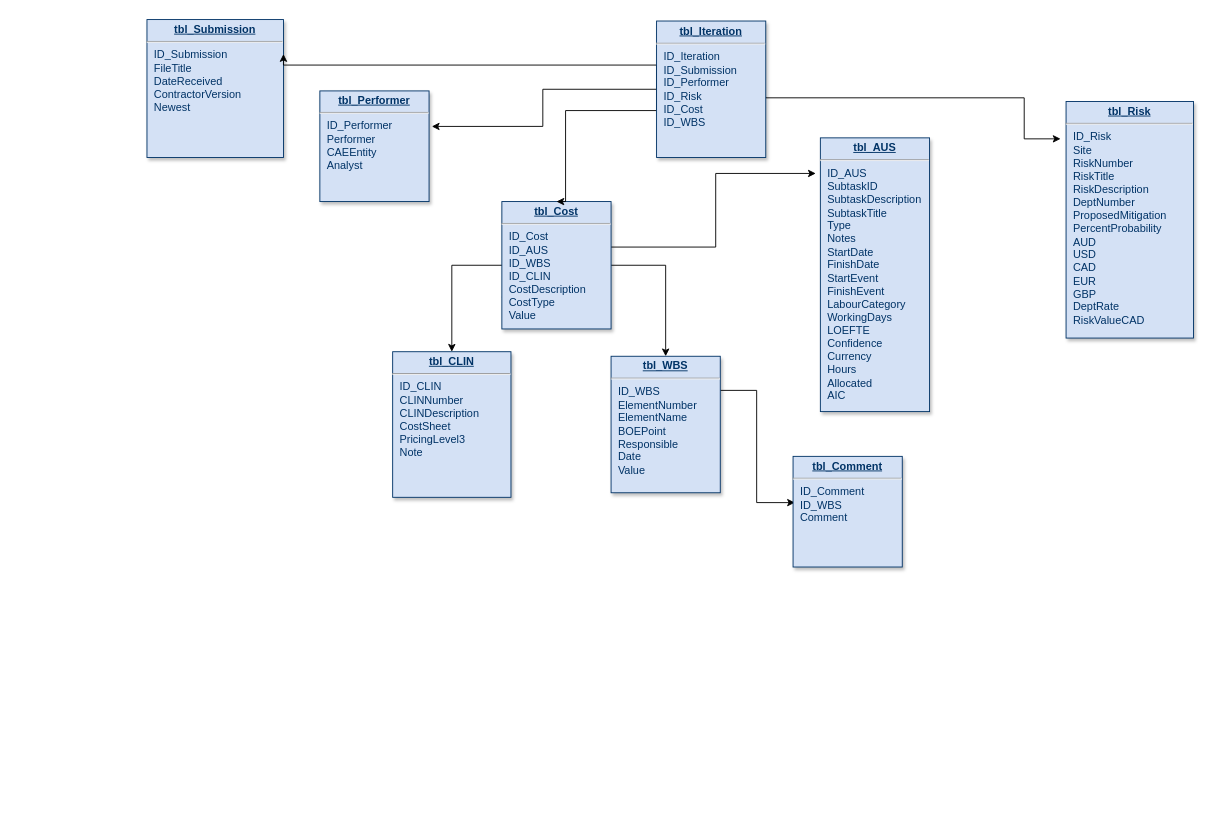
Earlier version of the draw.io diagram page "Page-1" (1 of 3) of DrawIO/CostDB.drawio (lcmurray37/CostDB). Source tidied: cells renumbered, new cells numbered last; positions are measured from the earlier drawing's top-left corner, leaving out a move shared by most shapes. Both pictures are drawn from the tidied source at 91%, with x=0, y=0 at pixel (147, 19).
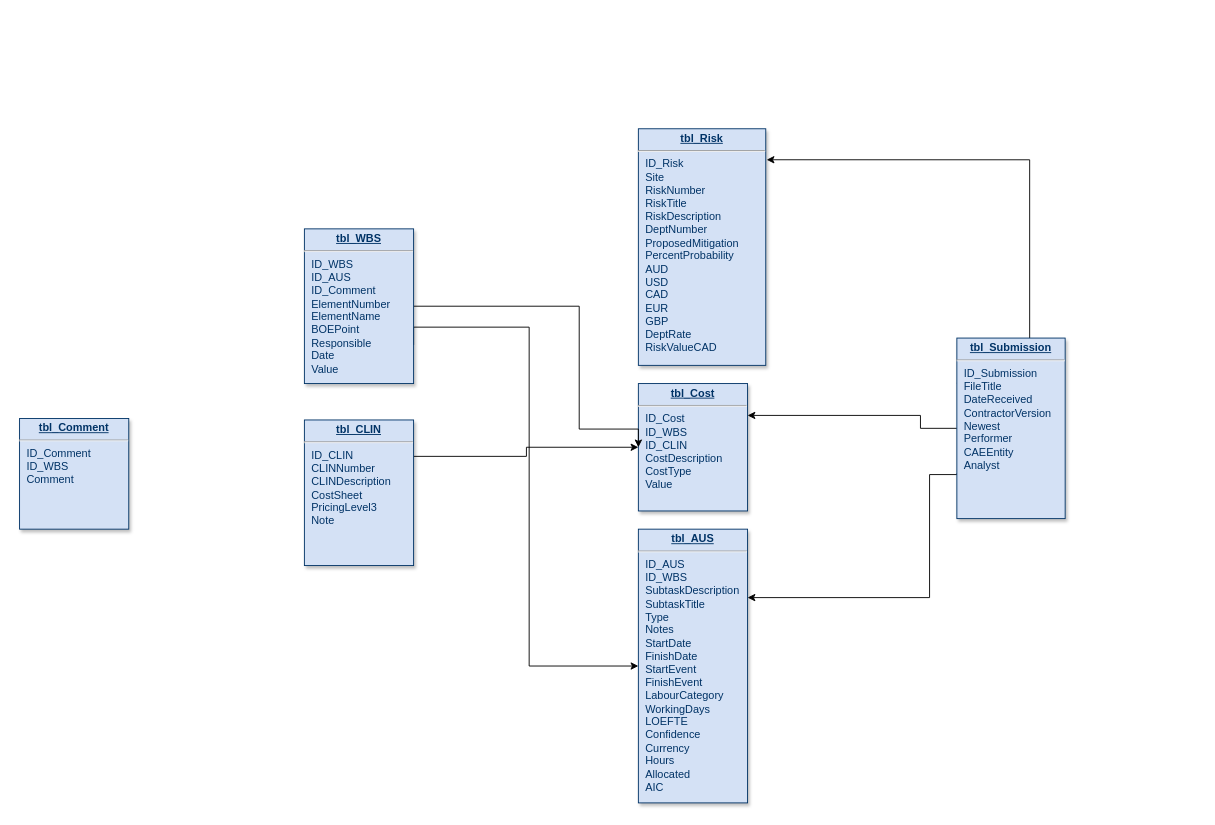
The same diagram, later.

Change to the diagram source:
```diff
@@
-    <mxCell id="2" value="&lt;p style=&quot;margin: 0px; margin-top: 4px; text-align: center; text-decoration: underline;&quot;&gt;&lt;b&gt;tbl_Submission&lt;/b&gt;&lt;/p&gt;&lt;hr&gt;&lt;p style=&quot;margin: 0px; margin-left: 8px;&quot;&gt;ID_Submission&lt;/p&gt;&lt;p style=&quot;margin: 0px; margin-left: 8px;&quot;&gt;FileTitle&lt;/p&gt;&lt;p style=&quot;margin: 0px; margin-left: 8px;&quot;&gt;DateReceived&lt;/p&gt;&lt;p style=&quot;margin: 0px; margin-left: 8px;&quot;&gt;ContractorVersion&lt;br&gt;Newest&lt;/p&gt;" style="verticalAlign=top;align=left;overflow=fill;fontSize=12;fontFamily=Helvetica;html=1;strokeColor=#003366;shadow=1;fillColor=#D4E1F5;fontColor=#003366;" parent="1" vertex="1">
-      <mxGeometry width="150" height="151.6" as="geometry" />
-    </mxCell>
+    <mxCell id="20" style="edgeStyle=orthogonalEdgeStyle;rounded=0;jettySize=auto;html=1;entryX=0;entryY=0.5;entryDx=0;entryDy=0;" parent="1" edge="1" source="3" target="8">
+      <mxGeometry relative="1" as="geometry">
+        <Array as="points">
+          <mxPoint x="417" y="480" />
+          <mxPoint x="417" y="470" />
+        </Array>
+      </mxGeometry>
+    </mxCell>
     <mxCell id="3" value="&lt;p style=&quot;margin: 0px; margin-top: 4px; text-align: center; text-decoration: underline;&quot;&gt;&lt;strong&gt;tbl_CLIN&lt;/strong&gt;&lt;/p&gt;&lt;hr&gt;&lt;p style=&quot;margin: 0px; margin-left: 8px;&quot;&gt;ID_CLIN&lt;/p&gt;&lt;p style=&quot;margin: 0px; margin-left: 8px;&quot;&gt;&lt;span style=&quot;background-color: initial;&quot;&gt;CLINNumber&lt;/span&gt;&lt;br&gt;&lt;/p&gt;&lt;p style=&quot;margin: 0px; margin-left: 8px;&quot;&gt;CLINDescription&lt;/p&gt;&lt;p style=&quot;margin: 0px; margin-left: 8px;&quot;&gt;CostSheet&lt;/p&gt;&lt;p style=&quot;margin: 0px; margin-left: 8px;&quot;&gt;PricingLevel3&lt;/p&gt;&lt;p style=&quot;margin: 0px; margin-left: 8px;&quot;&gt;Note&lt;/p&gt;" style="verticalAlign=top;align=left;overflow=fill;fontSize=12;fontFamily=Helvetica;html=1;strokeColor=#003366;shadow=1;fillColor=#D4E1F5;fontColor=#003366;" parent="1" vertex="1">
-      <mxGeometry x="270" y="365" width="130" height="160" as="geometry" />
+      <mxGeometry x="173" y="440" width="120" height="160" as="geometry" />
     </mxCell>
     <mxCell id="4" value="&lt;p style=&quot;margin: 0px; margin-top: 4px; text-align: center; text-decoration: underline;&quot;&gt;&lt;strong&gt;tbl_Risk&lt;/strong&gt;&lt;/p&gt;&lt;hr&gt;&lt;p style=&quot;margin: 0px; margin-left: 8px;&quot;&gt;ID_Risk&lt;/p&gt;&lt;p style=&quot;margin: 0px; margin-left: 8px;&quot;&gt;Site&lt;/p&gt;&lt;p style=&quot;margin: 0px; margin-left: 8px;&quot;&gt;RiskNumber&lt;/p&gt;&lt;p style=&quot;margin: 0px; margin-left: 8px;&quot;&gt;RiskTitle&lt;/p&gt;&lt;p style=&quot;margin: 0px; margin-left: 8px;&quot;&gt;RiskDescription&lt;/p&gt;&lt;p style=&quot;margin: 0px; margin-left: 8px;&quot;&gt;DeptNumber&lt;/p&gt;&lt;p style=&quot;margin: 0px; margin-left: 8px;&quot;&gt;ProposedMitigation&lt;/p&gt;&lt;p style=&quot;margin: 0px; margin-left: 8px;&quot;&gt;PercentProbability&lt;/p&gt;&lt;p style=&quot;margin: 0px; margin-left: 8px;&quot;&gt;AUD&lt;/p&gt;&lt;p style=&quot;margin: 0px; margin-left: 8px;&quot;&gt;USD&lt;/p&gt;&lt;p style=&quot;margin: 0px; margin-left: 8px;&quot;&gt;CAD&lt;/p&gt;&lt;p style=&quot;margin: 0px; margin-left: 8px;&quot;&gt;EUR&lt;/p&gt;&lt;p style=&quot;margin: 0px; margin-left: 8px;&quot;&gt;GBP&lt;/p&gt;&lt;p style=&quot;margin: 0px; margin-left: 8px;&quot;&gt;DeptRate&lt;/p&gt;&lt;p style=&quot;margin: 0px; margin-left: 8px;&quot;&gt;RiskValueCAD&lt;/p&gt;" style="verticalAlign=top;align=left;overflow=fill;fontSize=12;fontFamily=Helvetica;html=1;strokeColor=#003366;shadow=1;fillColor=#D4E1F5;fontColor=#003366;" parent="1" vertex="1">
-      <mxGeometry x="1010" y="90" width="140" height="260" as="geometry" />
+      <mxGeometry x="540" y="120" width="140" height="260" as="geometry" />
     </mxCell>
-    <mxCell id="5" style="edgeStyle=orthogonalEdgeStyle;rounded=0;jettySize=auto;html=1;exitX=0;exitY=0.75;exitDx=0;exitDy=0;" parent="1" edge="1" source="8" target="3">
-      <mxGeometry relative="1" as="geometry">
-        <Array as="points">
-          <mxPoint x="400" y="270" />
-          <mxPoint x="335" y="270" />
-        </Array>
-      </mxGeometry>
-    </mxCell>
-    <mxCell id="6" style="edgeStyle=orthogonalEdgeStyle;rounded=0;jettySize=auto;html=1;exitX=1;exitY=0.5;exitDx=0;exitDy=0;entryX=0.5;entryY=0;entryDx=0;entryDy=0;" parent="1" edge="1" source="8" target="10">
-      <mxGeometry relative="1" as="geometry">
-        <Array as="points">
-          <mxPoint x="570" y="270" />
-        </Array>
-      </mxGeometry>
-    </mxCell>
-    <mxCell id="7" style="edgeStyle=orthogonalEdgeStyle;rounded=0;jettySize=auto;html=1;entryX=-0.042;entryY=0.13;entryDx=0;entryDy=0;entryPerimeter=0;" parent="1" edge="1" source="8" target="19">
-      <mxGeometry relative="1" as="geometry">
-        <Array as="points">
-          <mxPoint x="625" y="250" />
-          <mxPoint x="625" y="169" />
-        </Array>
-      </mxGeometry>
-    </mxCell>
-    <mxCell id="8" value="&lt;p style=&quot;margin: 0px; margin-top: 4px; text-align: center; text-decoration: underline;&quot;&gt;&lt;strong&gt;tbl_Cost&lt;/strong&gt;&lt;/p&gt;&lt;hr&gt;&lt;p style=&quot;margin: 0px; margin-left: 8px;&quot;&gt;ID_Cost&lt;/p&gt;&lt;p style=&quot;margin: 0px; margin-left: 8px;&quot;&gt;ID_AUS&lt;/p&gt;&lt;p style=&quot;margin: 0px; margin-left: 8px;&quot;&gt;ID_WBS&lt;/p&gt;&lt;p style=&quot;margin: 0px; margin-left: 8px;&quot;&gt;ID_CLIN&lt;/p&gt;&lt;p style=&quot;margin: 0px; margin-left: 8px;&quot;&gt;CostDescription&lt;/p&gt;&lt;p style=&quot;margin: 0px; margin-left: 8px;&quot;&gt;CostType&lt;/p&gt;&lt;p style=&quot;margin: 0px; margin-left: 8px;&quot;&gt;Value&lt;/p&gt;" style="verticalAlign=top;align=left;overflow=fill;fontSize=12;fontFamily=Helvetica;html=1;strokeColor=#003366;shadow=1;fillColor=#D4E1F5;fontColor=#003366;" parent="1" vertex="1">
-      <mxGeometry x="390" y="200" width="120" height="140" as="geometry" />
+    <mxCell id="8" value="&lt;p style=&quot;margin: 0px; margin-top: 4px; text-align: center; text-decoration: underline;&quot;&gt;&lt;strong&gt;tbl_Cost&lt;/strong&gt;&lt;/p&gt;&lt;hr&gt;&lt;p style=&quot;margin: 0px; margin-left: 8px;&quot;&gt;ID_Cost&lt;/p&gt;&lt;p style=&quot;margin: 0px; margin-left: 8px;&quot;&gt;ID_WBS&lt;/p&gt;&lt;p style=&quot;margin: 0px; margin-left: 8px;&quot;&gt;ID_CLIN&lt;/p&gt;&lt;p style=&quot;margin: 0px; margin-left: 8px;&quot;&gt;CostDescription&lt;/p&gt;&lt;p style=&quot;margin: 0px; margin-left: 8px;&quot;&gt;CostType&lt;/p&gt;&lt;p style=&quot;margin: 0px; margin-left: 8px;&quot;&gt;Value&lt;/p&gt;" style="verticalAlign=top;align=left;overflow=fill;fontSize=12;fontFamily=Helvetica;html=1;strokeColor=#003366;shadow=1;fillColor=#D4E1F5;fontColor=#003366;" parent="1" vertex="1">
+      <mxGeometry x="540" y="400" width="120" height="140" as="geometry" />
     </mxCell>
-    <mxCell id="9" style="edgeStyle=orthogonalEdgeStyle;rounded=0;jettySize=auto;html=1;exitX=1;exitY=0.25;exitDx=0;exitDy=0;entryX=0.017;entryY=0.418;entryDx=0;entryDy=0;entryPerimeter=0;" parent="1" edge="1" source="10" target="17">
-      <mxGeometry relative="1" as="geometry" />
-    </mxCell>
+    <mxCell id="21" style="edgeStyle=orthogonalEdgeStyle;rounded=0;jettySize=auto;html=1;exitX=1;exitY=0.75;exitDx=0;exitDy=0;entryX=0;entryY=0.5;entryDx=0;entryDy=0;" parent="1" edge="1" source="10" target="19">
+      <mxGeometry relative="1" as="geometry">
+        <Array as="points">
+          <mxPoint x="420" y="338" />
+          <mxPoint x="420" y="710" />
+        </Array>
+      </mxGeometry>
+    </mxCell>
+    <mxCell id="22" style="edgeStyle=orthogonalEdgeStyle;rounded=0;jettySize=auto;html=1;exitX=1;exitY=0.5;exitDx=0;exitDy=0;entryX=0;entryY=0.5;entryDx=0;entryDy=0;" parent="1" edge="1" source="10" target="8">
+      <mxGeometry relative="1" as="geometry">
+        <Array as="points">
+          <mxPoint x="475" y="315" />
+          <mxPoint x="475" y="450" />
+          <mxPoint x="540" y="450" />
+        </Array>
+      </mxGeometry>
+    </mxCell>
-    <mxCell id="10" value="&lt;p style=&quot;margin: 0px; margin-top: 4px; text-align: center; text-decoration: underline;&quot;&gt;&lt;strong&gt;tbl_WBS&lt;/strong&gt;&lt;/p&gt;&lt;hr&gt;&lt;p style=&quot;margin: 0px; margin-left: 8px;&quot;&gt;ID_WBS&lt;/p&gt;&lt;p style=&quot;margin: 0px; margin-left: 8px;&quot;&gt;ElementNumber&lt;/p&gt;&lt;p style=&quot;margin: 0px; margin-left: 8px;&quot;&gt;ElementName&lt;/p&gt;&lt;p style=&quot;margin: 0px; margin-left: 8px;&quot;&gt;BOEPoint&lt;/p&gt;&lt;p style=&quot;margin: 0px; margin-left: 8px;&quot;&gt;Responsible&lt;/p&gt;&lt;p style=&quot;margin: 0px; margin-left: 8px;&quot;&gt;Date&lt;/p&gt;&lt;p style=&quot;margin: 0px; margin-left: 8px;&quot;&gt;Value&lt;/p&gt;" style="verticalAlign=top;align=left;overflow=fill;fontSize=12;fontFamily=Helvetica;html=1;strokeColor=#003366;shadow=1;fillColor=#D4E1F5;fontColor=#003366;" parent="1" vertex="1">
-      <mxGeometry x="510" y="370" width="120" height="150" as="geometry" />
+    <mxCell id="10" value="&lt;p style=&quot;margin: 0px; margin-top: 4px; text-align: center; text-decoration: underline;&quot;&gt;&lt;strong&gt;tbl_WBS&lt;/strong&gt;&lt;/p&gt;&lt;hr&gt;&lt;p style=&quot;margin: 0px; margin-left: 8px;&quot;&gt;ID_WBS&lt;/p&gt;&lt;p style=&quot;margin: 0px; margin-left: 8px;&quot;&gt;ID_AUS&lt;/p&gt;&lt;p style=&quot;margin: 0px; margin-left: 8px;&quot;&gt;ID_Comment&lt;/p&gt;&lt;p style=&quot;margin: 0px; margin-left: 8px;&quot;&gt;ElementNumber&lt;/p&gt;&lt;p style=&quot;margin: 0px; margin-left: 8px;&quot;&gt;ElementName&lt;/p&gt;&lt;p style=&quot;margin: 0px; margin-left: 8px;&quot;&gt;BOEPoint&lt;/p&gt;&lt;p style=&quot;margin: 0px; margin-left: 8px;&quot;&gt;Responsible&lt;/p&gt;&lt;p style=&quot;margin: 0px; margin-left: 8px;&quot;&gt;Date&lt;/p&gt;&lt;p style=&quot;margin: 0px; margin-left: 8px;&quot;&gt;Value&lt;/p&gt;" style="verticalAlign=top;align=left;overflow=fill;fontSize=12;fontFamily=Helvetica;html=1;strokeColor=#003366;shadow=1;fillColor=#D4E1F5;fontColor=#003366;" parent="1" vertex="1">
+      <mxGeometry x="173" y="230" width="120" height="170" as="geometry" />
     </mxCell>
-    <mxCell id="11" value="&lt;p style=&quot;margin: 0px; margin-top: 4px; text-align: center; text-decoration: underline;&quot;&gt;&lt;strong&gt;tbl_Performer&lt;/strong&gt;&lt;/p&gt;&lt;hr&gt;&lt;p style=&quot;margin: 0px; margin-left: 8px;&quot;&gt;ID_Performer&lt;/p&gt;&lt;p style=&quot;margin: 0px; margin-left: 8px;&quot;&gt;Performer&lt;/p&gt;&lt;p style=&quot;margin: 0px; margin-left: 8px;&quot;&gt;CAEEntity&lt;/p&gt;&lt;p style=&quot;margin: 0px; margin-left: 8px;&quot;&gt;Analyst&lt;/p&gt;" style="verticalAlign=top;align=left;overflow=fill;fontSize=12;fontFamily=Helvetica;html=1;strokeColor=#003366;shadow=1;fillColor=#D4E1F5;fontColor=#003366;" parent="1" vertex="1">
-      <mxGeometry x="190" y="78.4" width="120" height="121.6" as="geometry" />
-    </mxCell>
+    <mxCell id="23" style="edgeStyle=orthogonalEdgeStyle;rounded=0;jettySize=auto;html=1;exitX=0;exitY=0.25;exitDx=0;exitDy=0;entryX=1.007;entryY=0.131;entryDx=0;entryDy=0;entryPerimeter=0;" parent="1" edge="1" source="16" target="4">
+      <mxGeometry relative="1" as="geometry">
+        <Array as="points">
+          <mxPoint x="970" y="400" />
+          <mxPoint x="970" y="154" />
+        </Array>
+      </mxGeometry>
+    </mxCell>
-    <mxCell id="12" style="edgeStyle=orthogonalEdgeStyle;rounded=0;jettySize=auto;html=1;exitX=0;exitY=0.5;exitDx=0;exitDy=0;entryX=0.5;entryY=0;entryDx=0;entryDy=0;" parent="1" edge="1" source="16" target="8">
+    <mxCell id="12" style="edgeStyle=orthogonalEdgeStyle;rounded=0;jettySize=auto;html=1;entryX=1;entryY=0.25;entryDx=0;entryDy=0;" parent="1" edge="1" source="16" target="8">
       <mxGeometry relative="1" as="geometry">
         <Array as="points">
-          <mxPoint x="560" y="100" />
-          <mxPoint x="460" y="100" />
+          <mxPoint x="850" y="449" />
+          <mxPoint x="850" y="435" />
         </Array>
       </mxGeometry>
     </mxCell>
-    <mxCell id="13" style="edgeStyle=orthogonalEdgeStyle;rounded=0;jettySize=auto;html=1;exitX=0;exitY=0.5;exitDx=0;exitDy=0;entryX=1.025;entryY=0.321;entryDx=0;entryDy=0;entryPerimeter=0;" parent="1" edge="1" source="16" target="11">
-      <mxGeometry relative="1" as="geometry" />
-    </mxCell>
-    <mxCell id="14" style="edgeStyle=orthogonalEdgeStyle;rounded=0;jettySize=auto;html=1;exitX=0;exitY=0.5;exitDx=0;exitDy=0;entryX=1;entryY=0.25;entryDx=0;entryDy=0;" parent="1" edge="1" source="16" target="2">
-      <mxGeometry relative="1" as="geometry">
-        <Array as="points">
-          <mxPoint x="560" y="50" />
-          <mxPoint x="150" y="50" />
-        </Array>
-      </mxGeometry>
-    </mxCell>
-    <mxCell id="15" style="edgeStyle=orthogonalEdgeStyle;rounded=0;jettySize=auto;html=1;exitX=1;exitY=0.5;exitDx=0;exitDy=0;entryX=-0.043;entryY=0.158;entryDx=0;entryDy=0;entryPerimeter=0;" parent="1" edge="1" target="4">
-      <mxGeometry relative="1" as="geometry">
-        <mxPoint x="680" y="85" as="sourcePoint" />
-        <Array as="points">
-          <mxPoint x="680" y="86" />
-          <mxPoint x="964" y="86" />
-        </Array>
-      </mxGeometry>
-    </mxCell>
+    <mxCell id="24" style="edgeStyle=orthogonalEdgeStyle;rounded=0;jettySize=auto;html=1;exitX=0;exitY=0.75;exitDx=0;exitDy=0;entryX=1;entryY=0.25;entryDx=0;entryDy=0;" parent="1" edge="1" source="16" target="19">
+      <mxGeometry relative="1" as="geometry">
+        <Array as="points">
+          <mxPoint x="890" y="500" />
+          <mxPoint x="860" y="500" />
+          <mxPoint x="860" y="635" />
+        </Array>
+      </mxGeometry>
+    </mxCell>
-    <mxCell id="16" value="&lt;p style=&quot;margin: 0px; margin-top: 4px; text-align: center; text-decoration: underline;&quot;&gt;&lt;b&gt;tbl_Iteration&lt;/b&gt;&lt;/p&gt;&lt;hr&gt;&lt;p style=&quot;margin: 0px; margin-left: 8px;&quot;&gt;ID_Iteration&lt;/p&gt;&lt;p style=&quot;margin: 0px; margin-left: 8px;&quot;&gt;ID_Submission&lt;/p&gt;&lt;p style=&quot;margin: 0px; margin-left: 8px;&quot;&gt;ID_Performer&lt;/p&gt;&lt;p style=&quot;margin: 0px; margin-left: 8px;&quot;&gt;ID_Risk&lt;/p&gt;&lt;p style=&quot;margin: 0px; margin-left: 8px;&quot;&gt;ID_Cost&lt;/p&gt;&lt;p style=&quot;margin: 0px; margin-left: 8px;&quot;&gt;ID_WBS&lt;/p&gt;" style="verticalAlign=top;align=left;overflow=fill;fontSize=12;fontFamily=Helvetica;html=1;strokeColor=#003366;shadow=1;fillColor=#D4E1F5;fontColor=#003366;" parent="1" vertex="1">
-      <mxGeometry x="560" y="1.6" width="120" height="150" as="geometry" />
+    <mxCell id="16" value="&lt;p style=&quot;margin: 0px; margin-top: 4px; text-align: center; text-decoration: underline;&quot;&gt;&lt;b&gt;tbl_Submission&lt;/b&gt;&lt;/p&gt;&lt;hr&gt;&lt;p style=&quot;border-color: var(--border-color); margin: 0px 0px 0px 8px;&quot;&gt;ID_Submission&lt;/p&gt;&lt;p style=&quot;border-color: var(--border-color); margin: 0px 0px 0px 8px;&quot;&gt;FileTitle&lt;/p&gt;&lt;p style=&quot;border-color: var(--border-color); margin: 0px 0px 0px 8px;&quot;&gt;DateReceived&lt;/p&gt;&lt;p style=&quot;border-color: var(--border-color); margin: 0px 0px 0px 8px;&quot;&gt;ContractorVersion&lt;br style=&quot;border-color: var(--border-color);&quot;&gt;Newest&lt;/p&gt;&lt;p style=&quot;border-color: var(--border-color); margin: 0px 0px 0px 8px;&quot;&gt;Performer&lt;br&gt;CAEEntity&lt;/p&gt;&lt;p style=&quot;border-color: var(--border-color); margin: 0px 0px 0px 8px;&quot;&gt;Analyst&lt;/p&gt;" style="verticalAlign=top;align=left;overflow=fill;fontSize=12;fontFamily=Helvetica;html=1;strokeColor=#003366;shadow=1;fillColor=#D4E1F5;fontColor=#003366;" parent="1" vertex="1">
+      <mxGeometry x="890" y="350" width="119" height="198.4" as="geometry" />
     </mxCell>
     <mxCell id="17" value="&lt;p style=&quot;margin: 0px; margin-top: 4px; text-align: center; text-decoration: underline;&quot;&gt;&lt;strong&gt;tbl_Comment&lt;/strong&gt;&lt;/p&gt;&lt;hr&gt;&lt;p style=&quot;margin: 0px; margin-left: 8px;&quot;&gt;&lt;span style=&quot;background-color: initial;&quot;&gt;ID_Comment&lt;/span&gt;&lt;/p&gt;&lt;p style=&quot;margin: 0px; margin-left: 8px;&quot;&gt;&lt;span style=&quot;background-color: initial;&quot;&gt;ID_WBS&lt;/span&gt;&lt;br&gt;&lt;/p&gt;&lt;p style=&quot;margin: 0px; margin-left: 8px;&quot;&gt;Comment&lt;/p&gt;" style="verticalAlign=top;align=left;overflow=fill;fontSize=12;fontFamily=Helvetica;html=1;strokeColor=#003366;shadow=1;fillColor=#D4E1F5;fontColor=#003366;" parent="1" vertex="1">
-      <mxGeometry x="710" y="480" width="120" height="121.6" as="geometry" />
+      <mxGeometry x="-140" y="438.4" width="120" height="121.6" as="geometry" />
     </mxCell>
@@
-    <mxCell id="19" value="&lt;p style=&quot;margin: 0px; margin-top: 4px; text-align: center; text-decoration: underline;&quot;&gt;&lt;strong&gt;tbl_AUS&lt;/strong&gt;&lt;/p&gt;&lt;hr&gt;&lt;p style=&quot;margin: 0px; margin-left: 8px;&quot;&gt;&lt;span style=&quot;background-color: initial;&quot;&gt;ID_AUS&lt;/span&gt;&lt;/p&gt;&lt;p style=&quot;margin: 0px; margin-left: 8px;&quot;&gt;SubtaskID&lt;/p&gt;&lt;p style=&quot;margin: 0px; margin-left: 8px;&quot;&gt;SubtaskDescription&lt;/p&gt;&lt;p style=&quot;margin: 0px; margin-left: 8px;&quot;&gt;SubtaskTitle&lt;/p&gt;&lt;p style=&quot;margin: 0px; margin-left: 8px;&quot;&gt;Type&lt;/p&gt;&lt;p style=&quot;margin: 0px; margin-left: 8px;&quot;&gt;Notes&lt;/p&gt;&lt;p style=&quot;margin: 0px; margin-left: 8px;&quot;&gt;StartDate&lt;/p&gt;&lt;p style=&quot;margin: 0px; margin-left: 8px;&quot;&gt;FinishDate&lt;/p&gt;&lt;p style=&quot;margin: 0px; margin-left: 8px;&quot;&gt;StartEvent&lt;/p&gt;&lt;p style=&quot;margin: 0px; margin-left: 8px;&quot;&gt;FinishEvent&lt;/p&gt;&lt;p style=&quot;margin: 0px; margin-left: 8px;&quot;&gt;LabourCategory&lt;/p&gt;&lt;p style=&quot;margin: 0px; margin-left: 8px;&quot;&gt;WorkingDays&lt;/p&gt;&lt;p style=&quot;margin: 0px; margin-left: 8px;&quot;&gt;LOEFTE&lt;/p&gt;&lt;p style=&quot;margin: 0px; margin-left: 8px;&quot;&gt;Confidence&lt;/p&gt;&lt;p style=&quot;margin: 0px; margin-left: 8px;&quot;&gt;Currency&lt;/p&gt;&lt;p style=&quot;margin: 0px; margin-left: 8px;&quot;&gt;Hours&lt;/p&gt;&lt;p style=&quot;margin: 0px; margin-left: 8px;&quot;&gt;Allocated&lt;/p&gt;&lt;p style=&quot;margin: 0px; margin-left: 8px;&quot;&gt;AIC&lt;/p&gt;" style="verticalAlign=top;align=left;overflow=fill;fontSize=12;fontFamily=Helvetica;html=1;strokeColor=#003366;shadow=1;fillColor=#D4E1F5;fontColor=#003366;" parent="1" vertex="1">
-      <mxGeometry x="740" y="130" width="120" height="300.8" as="geometry" />
+    <mxCell id="19" value="&lt;p style=&quot;margin: 0px; margin-top: 4px; text-align: center; text-decoration: underline;&quot;&gt;&lt;strong&gt;tbl_AUS&lt;/strong&gt;&lt;/p&gt;&lt;hr&gt;&lt;p style=&quot;margin: 0px; margin-left: 8px;&quot;&gt;&lt;span style=&quot;background-color: initial;&quot;&gt;ID_AUS&lt;/span&gt;&lt;/p&gt;&lt;p style=&quot;margin: 0px; margin-left: 8px;&quot;&gt;ID_WBS&lt;/p&gt;&lt;p style=&quot;margin: 0px; margin-left: 8px;&quot;&gt;SubtaskDescription&lt;/p&gt;&lt;p style=&quot;margin: 0px; margin-left: 8px;&quot;&gt;SubtaskTitle&lt;/p&gt;&lt;p style=&quot;margin: 0px; margin-left: 8px;&quot;&gt;Type&lt;/p&gt;&lt;p style=&quot;margin: 0px; margin-left: 8px;&quot;&gt;Notes&lt;/p&gt;&lt;p style=&quot;margin: 0px; margin-left: 8px;&quot;&gt;StartDate&lt;/p&gt;&lt;p style=&quot;margin: 0px; margin-left: 8px;&quot;&gt;FinishDate&lt;/p&gt;&lt;p style=&quot;margin: 0px; margin-left: 8px;&quot;&gt;StartEvent&lt;/p&gt;&lt;p style=&quot;margin: 0px; margin-left: 8px;&quot;&gt;FinishEvent&lt;/p&gt;&lt;p style=&quot;margin: 0px; margin-left: 8px;&quot;&gt;LabourCategory&lt;/p&gt;&lt;p style=&quot;margin: 0px; margin-left: 8px;&quot;&gt;WorkingDays&lt;/p&gt;&lt;p style=&quot;margin: 0px; margin-left: 8px;&quot;&gt;LOEFTE&lt;/p&gt;&lt;p style=&quot;margin: 0px; margin-left: 8px;&quot;&gt;Confidence&lt;/p&gt;&lt;p style=&quot;margin: 0px; margin-left: 8px;&quot;&gt;Currency&lt;/p&gt;&lt;p style=&quot;margin: 0px; margin-left: 8px;&quot;&gt;Hours&lt;/p&gt;&lt;p style=&quot;margin: 0px; margin-left: 8px;&quot;&gt;Allocated&lt;/p&gt;&lt;p style=&quot;margin: 0px; margin-left: 8px;&quot;&gt;AIC&lt;/p&gt;" style="verticalAlign=top;align=left;overflow=fill;fontSize=12;fontFamily=Helvetica;html=1;strokeColor=#003366;shadow=1;fillColor=#D4E1F5;fontColor=#003366;" parent="1" vertex="1">
+      <mxGeometry x="540" y="560" width="120" height="300.8" as="geometry" />
     </mxCell>
```
